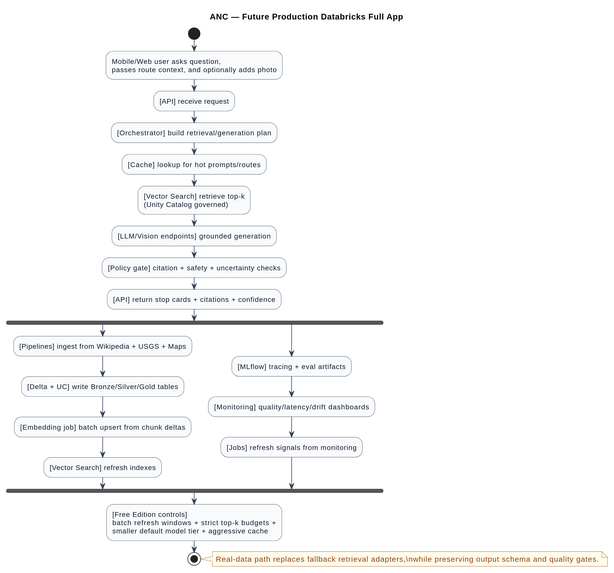
This is docs/diagrams/rendered/06_anc_databricks_production_app.svg from TechR10n/naturalist-companion, a PlantUML export, as it was before one commit.
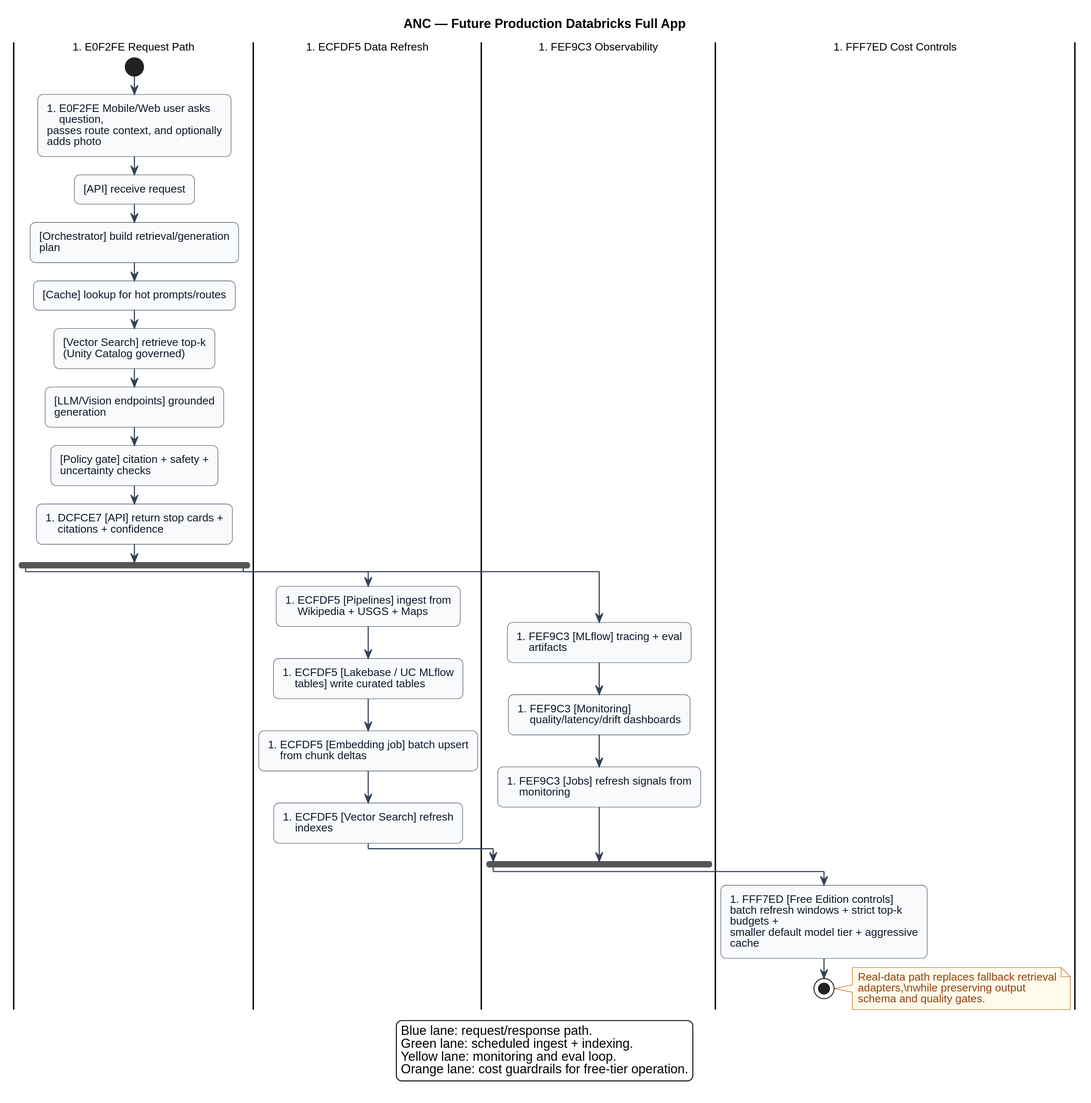
The same diagram one commit later.

What changed in the source:
```diff
@@ -1,47 +1,49 @@
 @startuml
-skinparam shadowing false
-skinparam backgroundColor #FFFFFF
-skinparam defaultTextAlignment left
-skinparam dpi 160
-skinparam ArrowColor #334155
-skinparam ArrowFontColor #334155
-skinparam note {
-  BackgroundColor #FFFBEB
-  BorderColor #B45309
-  FontColor #92400E
-}
+!include _common.puml
+title ANC — Future Production Databricks Full App
+
 skinparam activity {
   BackgroundColor #F8FAFC
   BorderColor #334155
   FontColor #0F172A
 }
-title ANC — Future Production Databricks Full App
 
+|#E0F2FE Request Path|
 start
-:Mobile/Web user asks question,\npasses route context, and optionally adds photo;
+:#E0F2FE Mobile/Web user asks question,\npasses route context, and optionally adds photo;
 :[API] receive request;
 :[Orchestrator] build retrieval/generation plan;
 :[Cache] lookup for hot prompts/routes;
 :[Vector Search] retrieve top-k\n(Unity Catalog governed);
 :[LLM/Vision endpoints] grounded generation;
 :[Policy gate] citation + safety + uncertainty checks;
-:[API] return stop cards + citations + confidence;
+:#DCFCE7 [API] return stop cards + citations + confidence;
 
 fork
-  :[Pipelines] ingest from Wikipedia + USGS + Maps;
-  :[Delta + UC] write Bronze/Silver/Gold tables;
-  :[Embedding job] batch upsert from chunk deltas;
-  :[Vector Search] refresh indexes;
+  |#ECFDF5 Data Refresh|
+  :#ECFDF5 [Pipelines] ingest from Wikipedia + USGS + Maps;
+  :#ECFDF5 [Lakebase / UC MLflow tables] write curated tables;
+  :#ECFDF5 [Embedding job] batch upsert from chunk deltas;
+  :#ECFDF5 [Vector Search] refresh indexes;
 fork again
-  :[MLflow] tracing + eval artifacts;
-  :[Monitoring] quality/latency/drift dashboards;
-  :[Jobs] refresh signals from monitoring;
+  |#FEF9C3 Observability|
+  :#FEF9C3 [MLflow] tracing + eval artifacts;
+  :#FEF9C3 [Monitoring] quality/latency/drift dashboards;
+  :#FEF9C3 [Jobs] refresh signals from monitoring;
 end fork
 
-:[Free Edition controls]\nbatch refresh windows + strict top-k budgets +\nsmaller default model tier + aggressive cache;
+|#FFF7ED Cost Controls|
+:#FFF7ED [Free Edition controls]\nbatch refresh windows + strict top-k budgets +\nsmaller default model tier + aggressive cache;
 stop
 
 note right
 Real-data path replaces fallback retrieval adapters,\nwhile preserving output schema and quality gates.
 end note
+
+legend bottom
+Blue lane: request/response path.
+Green lane: scheduled ingest + indexing.
+Yellow lane: monitoring and eval loop.
+Orange lane: cost guardrails for free-tier operation.
+endlegend
 @enduml
```
